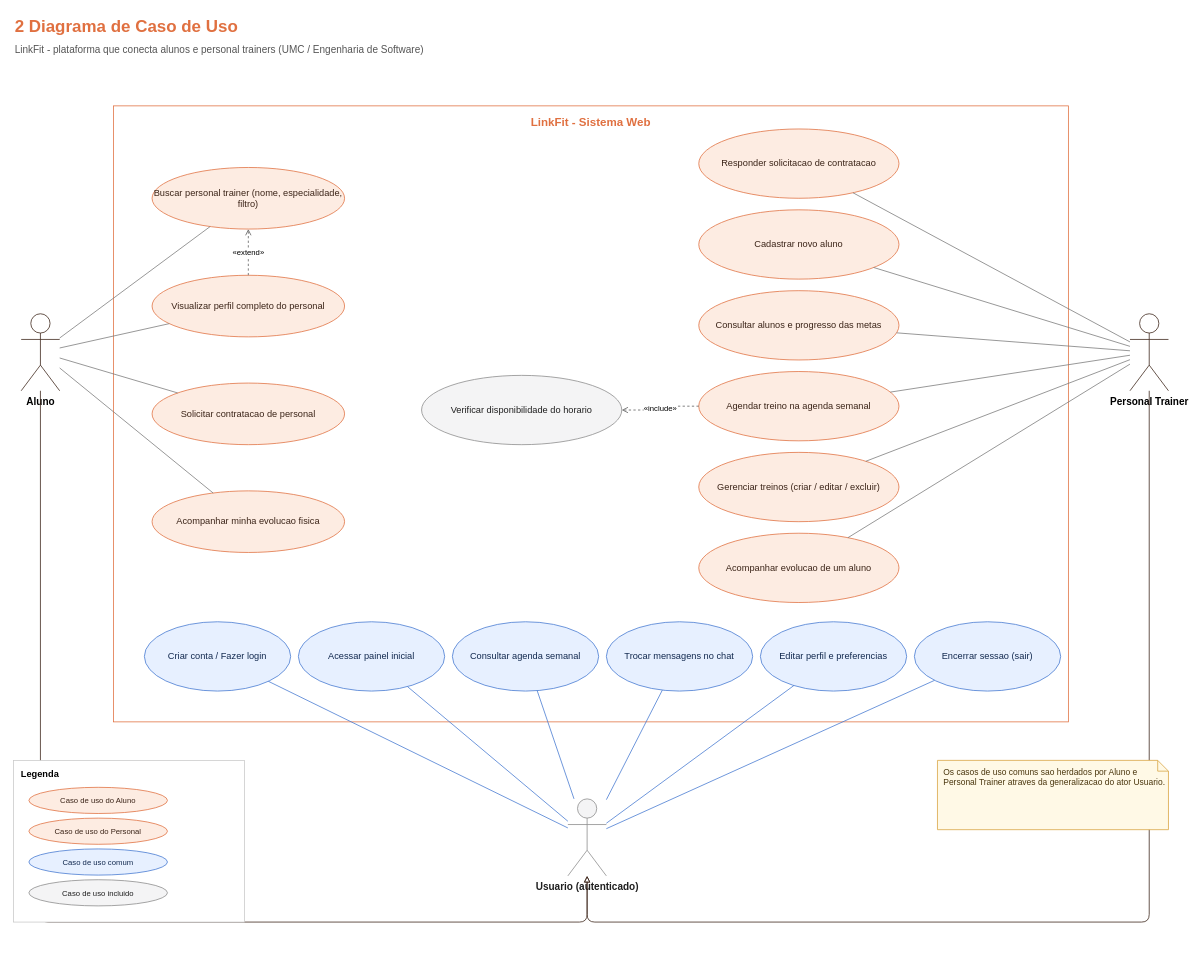
Before: page "2 - Diagrama de Caso de Uso" (1 of 10) of docs/diagramas/linkfit-diagramas.drawio in kl1nnn/LinkFit, a draw.io diagram. Source tidied: cells renumbered, new cells numbered last; positions are measured from the earlier drawing's top-left corner, leaving out a move shared by most shapes. Both pictures are drawn from the tidied source at 77%, with x=0, y=0 at pixel (13, 13).
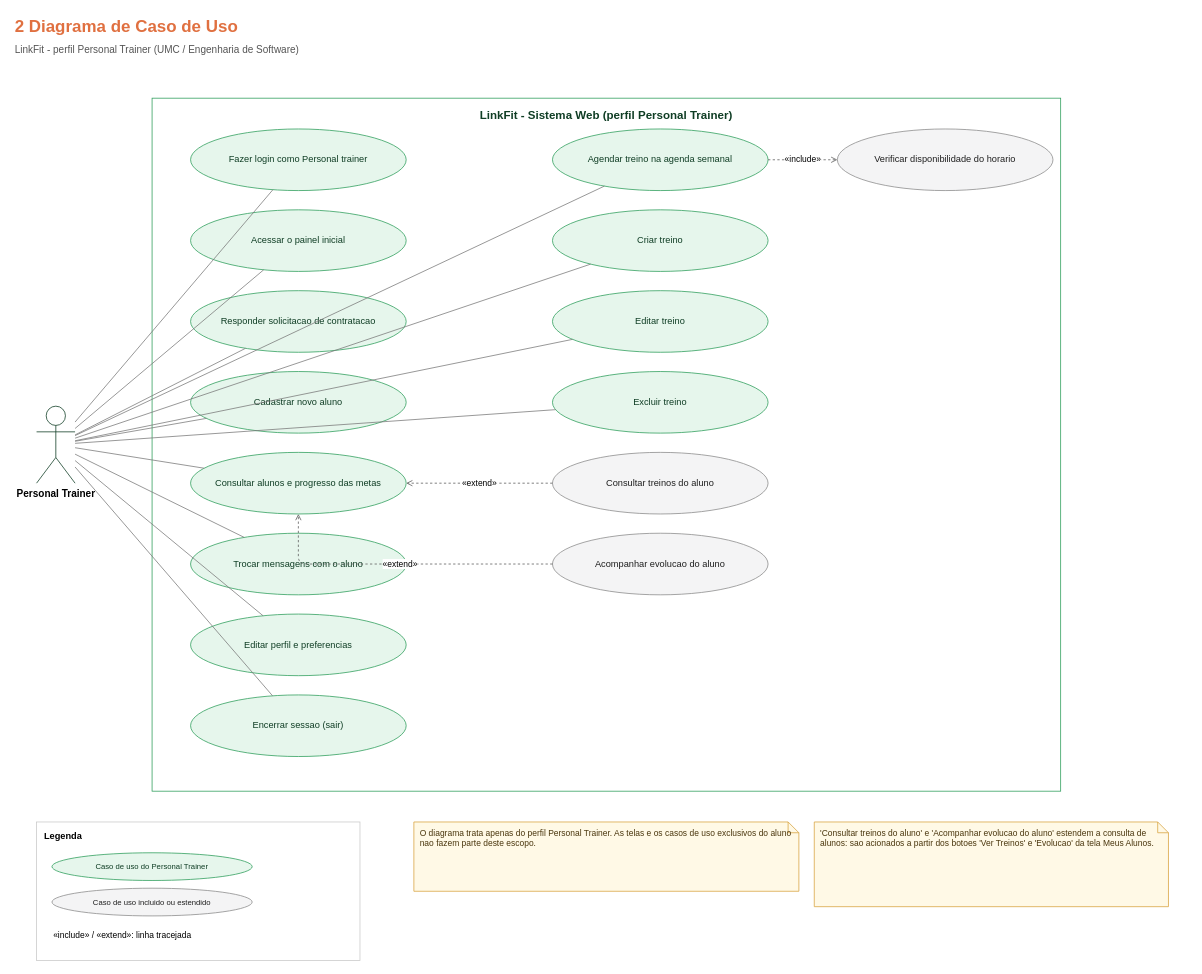
After the change.

Change to the diagram source:
```diff
@@
-    <mxCell id="3" value="LinkFit - plataforma que conecta alunos e personal trainers (UMC / Engenharia de Software)" style="text;html=1;strokeColor=none;fillColor=none;align=left;verticalAlign=middle;fontSize=13;fontColor=#555555;" parent="1" vertex="1">
+    <mxCell id="3" value="LinkFit - perfil Personal Trainer (UMC / Engenharia de Software)" style="text;html=1;strokeColor=none;fillColor=none;align=left;verticalAlign=middle;fontSize=13;fontColor=#555555;" parent="1" vertex="1">
       <mxGeometry y="34" width="1000" height="26" as="geometry" />
     </mxCell>
-    <mxCell id="4" value="LinkFit - Sistema Web" style="rounded=0;whiteSpace=wrap;html=1;fillColor=none;strokeColor=#E07040;dashed=0;verticalAlign=top;align=center;fontSize=15;fontStyle=1;fontColor=#E07040;spacingTop=6;" parent="1" vertex="1">
-      <mxGeometry x="130" y="120" width="1240" height="800" as="geometry" />
+    <mxCell id="4" value="LinkFit - Sistema Web (perfil Personal Trainer)" style="rounded=0;whiteSpace=wrap;html=1;fillColor=none;strokeColor=#2E9E5B;verticalAlign=top;align=center;fontSize=15;fontStyle=1;fontColor=#0F3D24;spacingTop=6;" parent="1" vertex="1">
+      <mxGeometry x="180" y="110" width="1180" height="900" as="geometry" />
     </mxCell>
-    <mxCell id="5" value="Aluno" style="shape=umlActor;verticalLabelPosition=bottom;verticalAlign=top;html=1;outlineConnect=0;fontSize=13;fontStyle=1;strokeColor=#3B2418;" parent="1" vertex="1">
-      <mxGeometry x="10" y="390" width="50" height="100" as="geometry" />
+    <mxCell id="5" value="Personal Trainer" style="shape=umlActor;verticalLabelPosition=bottom;verticalAlign=top;html=1;outlineConnect=0;fontSize=13;fontStyle=1;strokeColor=#0F3D24;" parent="1" vertex="1">
+      <mxGeometry x="30" y="510" width="50" height="100" as="geometry" />
     </mxCell>
-    <mxCell id="6" value="Personal Trainer" style="shape=umlActor;verticalLabelPosition=bottom;verticalAlign=top;html=1;outlineConnect=0;fontSize=13;fontStyle=1;strokeColor=#3B2418;" parent="1" vertex="1">
-      <mxGeometry x="1450" y="390" width="50" height="100" as="geometry" />
+    <mxCell id="6" value="Fazer login como Personal trainer" style="ellipse;whiteSpace=wrap;html=1;fontSize=12;fillColor=#E6F6EC;strokeColor=#2E9E5B;fontColor=#0F3D24;" parent="1" vertex="1">
+      <mxGeometry x="230" y="150" width="280" height="80" as="geometry" />
     </mxCell>
-    <mxCell id="7" value="Usuario (autenticado)" style="shape=umlActor;verticalLabelPosition=bottom;verticalAlign=top;html=1;outlineConnect=0;fontSize=13;fontStyle=1;strokeColor=#3B2418;fillColor=#F4F4F5;strokeColor=#8A8A8A;fontColor=#1F1F1F;" parent="1" vertex="1">
-      <mxGeometry x="720" y="1020" width="50" height="100" as="geometry" />
+    <mxCell id="7" value="Acessar o painel inicial" style="ellipse;whiteSpace=wrap;html=1;fontSize=12;fillColor=#E6F6EC;strokeColor=#2E9E5B;fontColor=#0F3D24;" parent="1" vertex="1">
+      <mxGeometry x="230" y="255" width="280" height="80" as="geometry" />
     </mxCell>
-    <mxCell id="8" value="Buscar personal trainer (nome, especialidade, filtro)" style="ellipse;whiteSpace=wrap;html=1;fontSize=12;fillColor=#FDECE2;strokeColor=#E07040;fontColor=#3B2418;" parent="1" vertex="1">
-      <mxGeometry x="180" y="200" width="250" height="80" as="geometry" />
+    <mxCell id="8" value="Responder solicitacao de contratacao" style="ellipse;whiteSpace=wrap;html=1;fontSize=12;fillColor=#E6F6EC;strokeColor=#2E9E5B;fontColor=#0F3D24;" parent="1" vertex="1">
+      <mxGeometry x="230" y="360" width="280" height="80" as="geometry" />
     </mxCell>
-    <mxCell id="9" value="Visualizar perfil completo do personal" style="ellipse;whiteSpace=wrap;html=1;fontSize=12;fillColor=#FDECE2;strokeColor=#E07040;fontColor=#3B2418;" parent="1" vertex="1">
-      <mxGeometry x="180" y="340" width="250" height="80" as="geometry" />
+    <mxCell id="9" value="Cadastrar novo aluno" style="ellipse;whiteSpace=wrap;html=1;fontSize=12;fillColor=#E6F6EC;strokeColor=#2E9E5B;fontColor=#0F3D24;" parent="1" vertex="1">
+      <mxGeometry x="230" y="465" width="280" height="80" as="geometry" />
     </mxCell>
-    <mxCell id="10" value="Solicitar contratacao de personal" style="ellipse;whiteSpace=wrap;html=1;fontSize=12;fillColor=#FDECE2;strokeColor=#E07040;fontColor=#3B2418;" parent="1" vertex="1">
-      <mxGeometry x="180" y="480" width="250" height="80" as="geometry" />
+    <mxCell id="10" value="Consultar alunos e progresso das metas" style="ellipse;whiteSpace=wrap;html=1;fontSize=12;fillColor=#E6F6EC;strokeColor=#2E9E5B;fontColor=#0F3D24;" parent="1" vertex="1">
+      <mxGeometry x="230" y="570" width="280" height="80" as="geometry" />
     </mxCell>
-    <mxCell id="11" value="Acompanhar minha evolucao fisica" style="ellipse;whiteSpace=wrap;html=1;fontSize=12;fillColor=#FDECE2;strokeColor=#E07040;fontColor=#3B2418;" parent="1" vertex="1">
-      <mxGeometry x="180" y="620" width="250" height="80" as="geometry" />
+    <mxCell id="11" value="Trocar mensagens com o aluno" style="ellipse;whiteSpace=wrap;html=1;fontSize=12;fillColor=#E6F6EC;strokeColor=#2E9E5B;fontColor=#0F3D24;" parent="1" vertex="1">
+      <mxGeometry x="230" y="675" width="280" height="80" as="geometry" />
     </mxCell>
-    <mxCell id="12" value="Responder solicitacao de contratacao" style="ellipse;whiteSpace=wrap;html=1;fontSize=12;fillColor=#FDECE2;strokeColor=#E07040;fontColor=#3B2418;" parent="1" vertex="1">
-      <mxGeometry x="890" y="150" width="260" height="90" as="geometry" />
+    <mxCell id="12" value="Editar perfil e preferencias" style="ellipse;whiteSpace=wrap;html=1;fontSize=12;fillColor=#E6F6EC;strokeColor=#2E9E5B;fontColor=#0F3D24;" parent="1" vertex="1">
+      <mxGeometry x="230" y="780" width="280" height="80" as="geometry" />
     </mxCell>
-    <mxCell id="13" value="Cadastrar novo aluno" style="ellipse;whiteSpace=wrap;html=1;fontSize=12;fillColor=#FDECE2;strokeColor=#E07040;fontColor=#3B2418;" parent="1" vertex="1">
-      <mxGeometry x="890" y="255" width="260" height="90" as="geometry" />
+    <mxCell id="13" value="Encerrar sessao (sair)" style="ellipse;whiteSpace=wrap;html=1;fontSize=12;fillColor=#E6F6EC;strokeColor=#2E9E5B;fontColor=#0F3D24;" parent="1" vertex="1">
+      <mxGeometry x="230" y="885" width="280" height="80" as="geometry" />
     </mxCell>
-    <mxCell id="14" value="Consultar alunos e progresso das metas" style="ellipse;whiteSpace=wrap;html=1;fontSize=12;fillColor=#FDECE2;strokeColor=#E07040;fontColor=#3B2418;" parent="1" vertex="1">
-      <mxGeometry x="890" y="360" width="260" height="90" as="geometry" />
+    <mxCell id="14" value="Agendar treino na agenda semanal" style="ellipse;whiteSpace=wrap;html=1;fontSize=12;fillColor=#E6F6EC;strokeColor=#2E9E5B;fontColor=#0F3D24;" parent="1" vertex="1">
+      <mxGeometry x="700" y="150" width="280" height="80" as="geometry" />
     </mxCell>
-    <mxCell id="15" value="Agendar treino na agenda semanal" style="ellipse;whiteSpace=wrap;html=1;fontSize=12;fillColor=#FDECE2;strokeColor=#E07040;fontColor=#3B2418;" parent="1" vertex="1">
-      <mxGeometry x="890" y="465" width="260" height="90" as="geometry" />
+    <mxCell id="15" value="Criar treino" style="ellipse;whiteSpace=wrap;html=1;fontSize=12;fillColor=#E6F6EC;strokeColor=#2E9E5B;fontColor=#0F3D24;" parent="1" vertex="1">
+      <mxGeometry x="700" y="255" width="280" height="80" as="geometry" />
     </mxCell>
-    <mxCell id="16" value="Gerenciar treinos (criar / editar / excluir)" style="ellipse;whiteSpace=wrap;html=1;fontSize=12;fillColor=#FDECE2;strokeColor=#E07040;fontColor=#3B2418;" parent="1" vertex="1">
-      <mxGeometry x="890" y="570" width="260" height="90" as="geometry" />
+    <mxCell id="16" value="Editar treino" style="ellipse;whiteSpace=wrap;html=1;fontSize=12;fillColor=#E6F6EC;strokeColor=#2E9E5B;fontColor=#0F3D24;" parent="1" vertex="1">
+      <mxGeometry x="700" y="360" width="280" height="80" as="geometry" />
     </mxCell>
-    <mxCell id="17" value="Acompanhar evolucao de um aluno" style="ellipse;whiteSpace=wrap;html=1;fontSize=12;fillColor=#FDECE2;strokeColor=#E07040;fontColor=#3B2418;" parent="1" vertex="1">
-      <mxGeometry x="890" y="675" width="260" height="90" as="geometry" />
+    <mxCell id="17" value="Excluir treino" style="ellipse;whiteSpace=wrap;html=1;fontSize=12;fillColor=#E6F6EC;strokeColor=#2E9E5B;fontColor=#0F3D24;" parent="1" vertex="1">
+      <mxGeometry x="700" y="465" width="280" height="80" as="geometry" />
     </mxCell>
     <mxCell id="18" value="Verificar disponibilidade do horario" style="ellipse;whiteSpace=wrap;html=1;fontSize=12;fillColor=#F4F4F5;strokeColor=#8A8A8A;fontColor=#1F1F1F;" parent="1" vertex="1">
-      <mxGeometry x="530" y="470" width="260" height="90" as="geometry" />
+      <mxGeometry x="1070" y="150" width="280" height="80" as="geometry" />
     </mxCell>
-    <mxCell id="19" value="Criar conta / Fazer login" style="ellipse;whiteSpace=wrap;html=1;fontSize=12;fillColor=#E7F0FF;strokeColor=#4478D0;fontColor=#12294F;" parent="1" vertex="1">
-      <mxGeometry x="170" y="790" width="190" height="90" as="geometry" />
+    <mxCell id="19" value="Consultar treinos do aluno" style="ellipse;whiteSpace=wrap;html=1;fontSize=12;fillColor=#F4F4F5;strokeColor=#8A8A8A;fontColor=#1F1F1F;" parent="1" vertex="1">
+      <mxGeometry x="700" y="570" width="280" height="80" as="geometry" />
     </mxCell>
-    <mxCell id="20" value="Acessar painel inicial" style="ellipse;whiteSpace=wrap;html=1;fontSize=12;fillColor=#E7F0FF;strokeColor=#4478D0;fontColor=#12294F;" parent="1" vertex="1">
-      <mxGeometry x="370" y="790" width="190" height="90" as="geometry" />
+    <mxCell id="20" value="Acompanhar evolucao do aluno" style="ellipse;whiteSpace=wrap;html=1;fontSize=12;fillColor=#F4F4F5;strokeColor=#8A8A8A;fontColor=#1F1F1F;" parent="1" vertex="1">
+      <mxGeometry x="700" y="675" width="280" height="80" as="geometry" />
     </mxCell>
-    <mxCell id="21" value="Consultar agenda semanal" style="ellipse;whiteSpace=wrap;html=1;fontSize=12;fillColor=#E7F0FF;strokeColor=#4478D0;fontColor=#12294F;" parent="1" vertex="1">
-      <mxGeometry x="570" y="790" width="190" height="90" as="geometry" />
+    <mxCell id="21" style="html=1;endArrow=none;strokeColor=#7A7A7A;" parent="1" edge="1" source="5" target="6">
+      <mxGeometry relative="1" as="geometry" />
     </mxCell>
-    <mxCell id="22" value="Trocar mensagens no chat" style="ellipse;whiteSpace=wrap;html=1;fontSize=12;fillColor=#E7F0FF;strokeColor=#4478D0;fontColor=#12294F;" parent="1" vertex="1">
-      <mxGeometry x="770" y="790" width="190" height="90" as="geometry" />
+    <mxCell id="22" style="html=1;endArrow=none;strokeColor=#7A7A7A;" parent="1" edge="1" source="5" target="7">
+      <mxGeometry relative="1" as="geometry" />
     </mxCell>
-    <mxCell id="23" value="Editar perfil e preferencias" style="ellipse;whiteSpace=wrap;html=1;fontSize=12;fillColor=#E7F0FF;strokeColor=#4478D0;fontColor=#12294F;" parent="1" vertex="1">
-      <mxGeometry x="970" y="790" width="190" height="90" as="geometry" />
+    <mxCell id="23" style="html=1;endArrow=none;strokeColor=#7A7A7A;" parent="1" edge="1" source="5" target="8">
+      <mxGeometry relative="1" as="geometry" />
     </mxCell>
-    <mxCell id="24" value="Encerrar sessao (sair)" style="ellipse;whiteSpace=wrap;html=1;fontSize=12;fillColor=#E7F0FF;strokeColor=#4478D0;fontColor=#12294F;" parent="1" vertex="1">
-      <mxGeometry x="1170" y="790" width="190" height="90" as="geometry" />
+    <mxCell id="24" style="html=1;endArrow=none;strokeColor=#7A7A7A;" parent="1" edge="1" source="5" target="9">
+      <mxGeometry relative="1" as="geometry" />
     </mxCell>
-    <mxCell id="25" style="html=1;endArrow=none;strokeColor=#7A7A7A;" parent="1" edge="1" source="5" target="8">
+    <mxCell id="25" style="html=1;endArrow=none;strokeColor=#7A7A7A;" parent="1" edge="1" source="5" target="10">
       <mxGeometry relative="1" as="geometry" />
     </mxCell>
-    <mxCell id="26" style="html=1;endArrow=none;strokeColor=#7A7A7A;" parent="1" edge="1" source="5" target="9">
+    <mxCell id="26" style="html=1;endArrow=none;strokeColor=#7A7A7A;" parent="1" edge="1" source="5" target="11">
       <mxGeometry relative="1" as="geometry" />
     </mxCell>
-    <mxCell id="27" style="html=1;endArrow=none;strokeColor=#7A7A7A;" parent="1" edge="1" source="5" target="10">
+    <mxCell id="27" style="html=1;endArrow=none;strokeColor=#7A7A7A;" parent="1" edge="1" source="5" target="12">
       <mxGeometry relative="1" as="geometry" />
     </mxCell>
-    <mxCell id="28" style="html=1;endArrow=none;strokeColor=#7A7A7A;" parent="1" edge="1" source="5" target="11">
+    <mxCell id="28" style="html=1;endArrow=none;strokeColor=#7A7A7A;" parent="1" edge="1" source="5" target="13">
       <mxGeometry relative="1" as="geometry" />
     </mxCell>
-    <mxCell id="29" style="html=1;endArrow=none;strokeColor=#7A7A7A;" parent="1" edge="1" source="6" target="12">
+    <mxCell id="29" style="html=1;endArrow=none;strokeColor=#7A7A7A;" parent="1" edge="1" source="5" target="14">
       <mxGeometry relative="1" as="geometry" />
     </mxCell>
-    <mxCell id="30" style="html=1;endArrow=none;strokeColor=#7A7A7A;" parent="1" edge="1" source="6" target="13">
+    <mxCell id="30" style="html=1;endArrow=none;strokeColor=#7A7A7A;" parent="1" edge="1" source="5" target="15">
       <mxGeometry relative="1" as="geometry" />
     </mxCell>
-    <mxCell id="31" style="html=1;endArrow=none;strokeColor=#7A7A7A;" parent="1" edge="1" source="6" target="14">
+    <mxCell id="31" style="html=1;endArrow=none;strokeColor=#7A7A7A;" parent="1" edge="1" source="5" target="16">
       <mxGeometry relative="1" as="geometry" />
     </mxCell>
-    <mxCell id="32" style="html=1;endArrow=none;strokeColor=#7A7A7A;" parent="1" edge="1" source="6" target="15">
+    <mxCell id="32" style="html=1;endArrow=none;strokeColor=#7A7A7A;" parent="1" edge="1" source="5" target="17">
       <mxGeometry relative="1" as="geometry" />
     </mxCell>
-    <mxCell id="33" style="html=1;endArrow=none;strokeColor=#7A7A7A;" parent="1" edge="1" source="6" target="16">
+    <mxCell id="33" value="&amp;laquo;include&amp;raquo;" style="html=1;endArrow=open;endFill=0;dashed=1;strokeColor=#5C5C5C;fontSize=11;edgeStyle=orthogonalEdgeStyle;rounded=1;labelBackgroundColor=#FFFFFF;" parent="1" edge="1" source="14" target="18">
       <mxGeometry relative="1" as="geometry" />
     </mxCell>
-    <mxCell id="34" style="html=1;endArrow=none;strokeColor=#7A7A7A;" parent="1" edge="1" source="6" target="17">
+    <mxCell id="34" value="&amp;laquo;extend&amp;raquo;" style="html=1;endArrow=open;endFill=0;dashed=1;strokeColor=#5C5C5C;fontSize=11;edgeStyle=orthogonalEdgeStyle;rounded=1;labelBackgroundColor=#FFFFFF;" parent="1" edge="1" source="19" target="10">
       <mxGeometry relative="1" as="geometry" />
     </mxCell>
-    <mxCell id="35" style="html=1;endArrow=none;strokeColor=#4478D0;" parent="1" edge="1" source="7" target="19">
+    <mxCell id="35" value="&amp;laquo;extend&amp;raquo;" style="html=1;endArrow=open;endFill=0;dashed=1;strokeColor=#5C5C5C;fontSize=11;edgeStyle=orthogonalEdgeStyle;rounded=1;labelBackgroundColor=#FFFFFF;" parent="1" edge="1" source="20" target="10">
       <mxGeometry relative="1" as="geometry" />
     </mxCell>
-    <mxCell id="36" style="html=1;endArrow=none;strokeColor=#4478D0;" parent="1" edge="1" source="7" target="20">
-      <mxGeometry relative="1" as="geometry" />
+    <mxCell id="36" value="Legenda" style="rounded=0;whiteSpace=wrap;html=1;fillColor=#FFFFFF;strokeColor=#C9C9C9;verticalAlign=top;align=left;spacingLeft=8;spacingTop=4;fontSize=12;fontStyle=1;" parent="1" vertex="1">
+      <mxGeometry x="30" y="1050" width="420" height="180" as="geometry" />
     </mxCell>
-    <mxCell id="37" style="html=1;endArrow=none;strokeColor=#4478D0;" parent="1" edge="1" source="7" target="21">
-      <mxGeometry relative="1" as="geometry" />
+    <mxCell id="37" value="Caso de uso do Personal Trainer" style="ellipse;whiteSpace=wrap;html=1;fontSize=10;fillColor=#E6F6EC;strokeColor=#2E9E5B;fontColor=#0F3D24;" parent="1" vertex="1">
+      <mxGeometry x="50" y="1090" width="260" height="36" as="geometry" />
     </mxCell>
-    <mxCell id="38" style="html=1;endArrow=none;strokeColor=#4478D0;" parent="1" edge="1" source="7" target="22">
-      <mxGeometry relative="1" as="geometry" />
+    <mxCell id="38" value="Caso de uso incluido ou estendido" style="ellipse;whiteSpace=wrap;html=1;fontSize=10;fillColor=#F4F4F5;strokeColor=#8A8A8A;fontColor=#1F1F1F;" parent="1" vertex="1">
+      <mxGeometry x="50" y="1136" width="260" height="36" as="geometry" />
     </mxCell>
-    <mxCell id="39" style="html=1;endArrow=none;strokeColor=#4478D0;" parent="1" edge="1" source="7" target="23">
-      <mxGeometry relative="1" as="geometry" />
+    <mxCell id="39" value="&amp;laquo;include&amp;raquo; / &amp;laquo;extend&amp;raquo;: linha tracejada" style="text;html=1;strokeColor=none;fillColor=none;align=left;verticalAlign=middle;fontSize=11;" parent="1" vertex="1">
+      <mxGeometry x="50" y="1182" width="260" height="30" as="geometry" />
     </mxCell>
-    <mxCell id="40" style="html=1;endArrow=none;strokeColor=#4478D0;" parent="1" edge="1" source="7" target="24">
-      <mxGeometry relative="1" as="geometry" />
+    <mxCell id="40" value="O diagrama trata apenas do perfil Personal Trainer. As telas e os casos de uso exclusivos do aluno nao fazem parte deste escopo." style="shape=note;whiteSpace=wrap;html=1;size=14;fontSize=11;align=left;verticalAlign=top;spacingLeft=6;spacingTop=2;fillColor=#FFF9E6;strokeColor=#D9A441;fontColor=#4A360D;" parent="1" vertex="1">
+      <mxGeometry x="520" y="1050" width="500" height="90" as="geometry" />
     </mxCell>
-    <mxCell id="41" style="html=1;endArrow=block;endFill=0;strokeColor=#3B2418;dashed=0;edgeStyle=orthogonalEdgeStyle;rounded=1;" parent="1" edge="1" source="5" target="7">
-      <mxGeometry relative="1" as="geometry">
-        <Array as="points">
-          <mxPoint x="35" y="1180" />
-          <mxPoint x="745" y="1180" />
-        </Array>
-      </mxGeometry>
+    <mxCell id="41" value="'Consultar treinos do aluno' e 'Acompanhar evolucao do aluno' estendem a consulta de alunos: sao acionados a partir dos botoes 'Ver Treinos' e 'Evolucao' da tela Meus Alunos." style="shape=note;whiteSpace=wrap;html=1;size=14;fontSize=11;align=left;verticalAlign=top;spacingLeft=6;spacingTop=2;fillColor=#FFF9E6;strokeColor=#D9A441;fontColor=#4A360D;" parent="1" vertex="1">
+      <mxGeometry x="1040" y="1050" width="460" height="110" as="geometry" />
     </mxCell>
-    <mxCell id="42" style="html=1;endArrow=block;endFill=0;strokeColor=#3B2418;dashed=0;edgeStyle=orthogonalEdgeStyle;rounded=1;" parent="1" edge="1" source="6" target="7">
-      <mxGeometry relative="1" as="geometry">
-        <Array as="points">
-          <mxPoint x="1475" y="1180" />
-          <mxPoint x="745" y="1180" />
-        </Array>
-      </mxGeometry>
-    </mxCell>
-    <mxCell id="43" value="&amp;laquo;include&amp;raquo;" style="html=1;endArrow=open;endFill=0;dashed=1;strokeColor=#5C5C5C;fontSize=10;edgeStyle=orthogonalEdgeStyle;rounded=1;" parent="1" edge="1" source="15" target="18">
-      <mxGeometry relative="1" as="geometry" />
-    </mxCell>
-    <mxCell id="44" value="&amp;laquo;extend&amp;raquo;" style="html=1;endArrow=open;endFill=0;dashed=1;strokeColor=#5C5C5C;fontSize=10;edgeStyle=orthogonalEdgeStyle;rounded=1;" parent="1" edge="1" source="9" target="8">
-      <mxGeometry relative="1" as="geometry" />
-    </mxCell>
-    <mxCell id="45" value="Legenda" style="rounded=0;whiteSpace=wrap;html=1;fillColor=#FFFFFF;strokeColor=#C9C9C9;verticalAlign=top;align=left;spacingLeft=8;spacingTop=4;fontSize=12;fontStyle=1;" parent="1" vertex="1">
-      <mxGeometry y="970" width="300" height="210" as="geometry" />
-    </mxCell>
-    <mxCell id="46" value="Caso de uso do Aluno" style="ellipse;whiteSpace=wrap;html=1;fontSize=10;fillColor=#FDECE2;strokeColor=#E07040;fontColor=#3B2418;" parent="1" vertex="1">
-      <mxGeometry x="20" y="1005" width="180" height="34" as="geometry" />
-    </mxCell>
-    <mxCell id="47" value="Caso de uso do Personal" style="ellipse;whiteSpace=wrap;html=1;fontSize=10;fillColor=#FDECE2;strokeColor=#E07040;fontColor=#3B2418;" parent="1" vertex="1">
-      <mxGeometry x="20" y="1045" width="180" height="34" as="geometry" />
-    </mxCell>
-    <mxCell id="48" value="Caso de uso comum" style="ellipse;whiteSpace=wrap;html=1;fontSize=10;fillColor=#E7F0FF;strokeColor=#4478D0;fontColor=#12294F;" parent="1" vertex="1">
-      <mxGeometry x="20" y="1085" width="180" height="34" as="geometry" />
-    </mxCell>
-    <mxCell id="49" value="Caso de uso incluido" style="ellipse;whiteSpace=wrap;html=1;fontSize=10;fillColor=#F4F4F5;strokeColor=#8A8A8A;fontColor=#1F1F1F;" parent="1" vertex="1">
-      <mxGeometry x="20" y="1125" width="180" height="34" as="geometry" />
-    </mxCell>
-    <mxCell id="50" value="Os casos de uso comuns sao herdados por Aluno e Personal Trainer atraves da generalizacao do ator Usuario." style="shape=note;whiteSpace=wrap;html=1;size=14;fontSize=11;align=left;verticalAlign=top;spacingLeft=6;spacingTop=2;fillColor=#FFF9E6;strokeColor=#D9A441;fontColor=#4A360D;" parent="1" vertex="1">
-      <mxGeometry x="1200" y="970" width="300" height="90" as="geometry" />
-    </mxCell>
```
